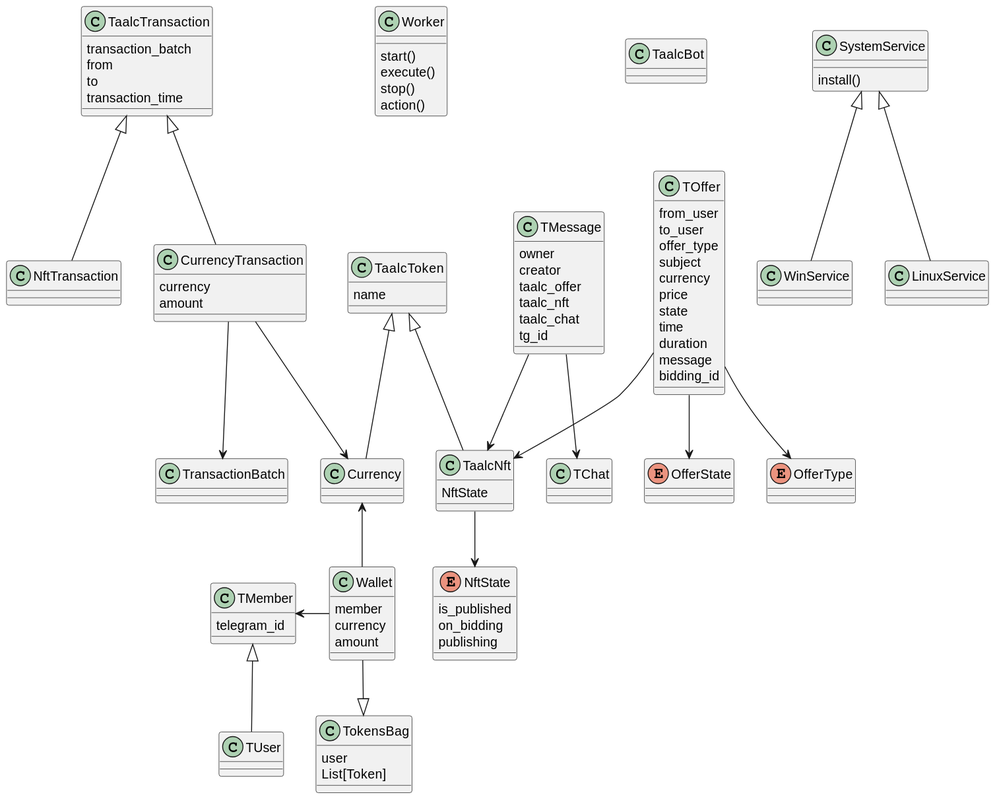
Earlier version of the PlantUML export out/uml/model/model.svg (nagvalhm/TAALC).
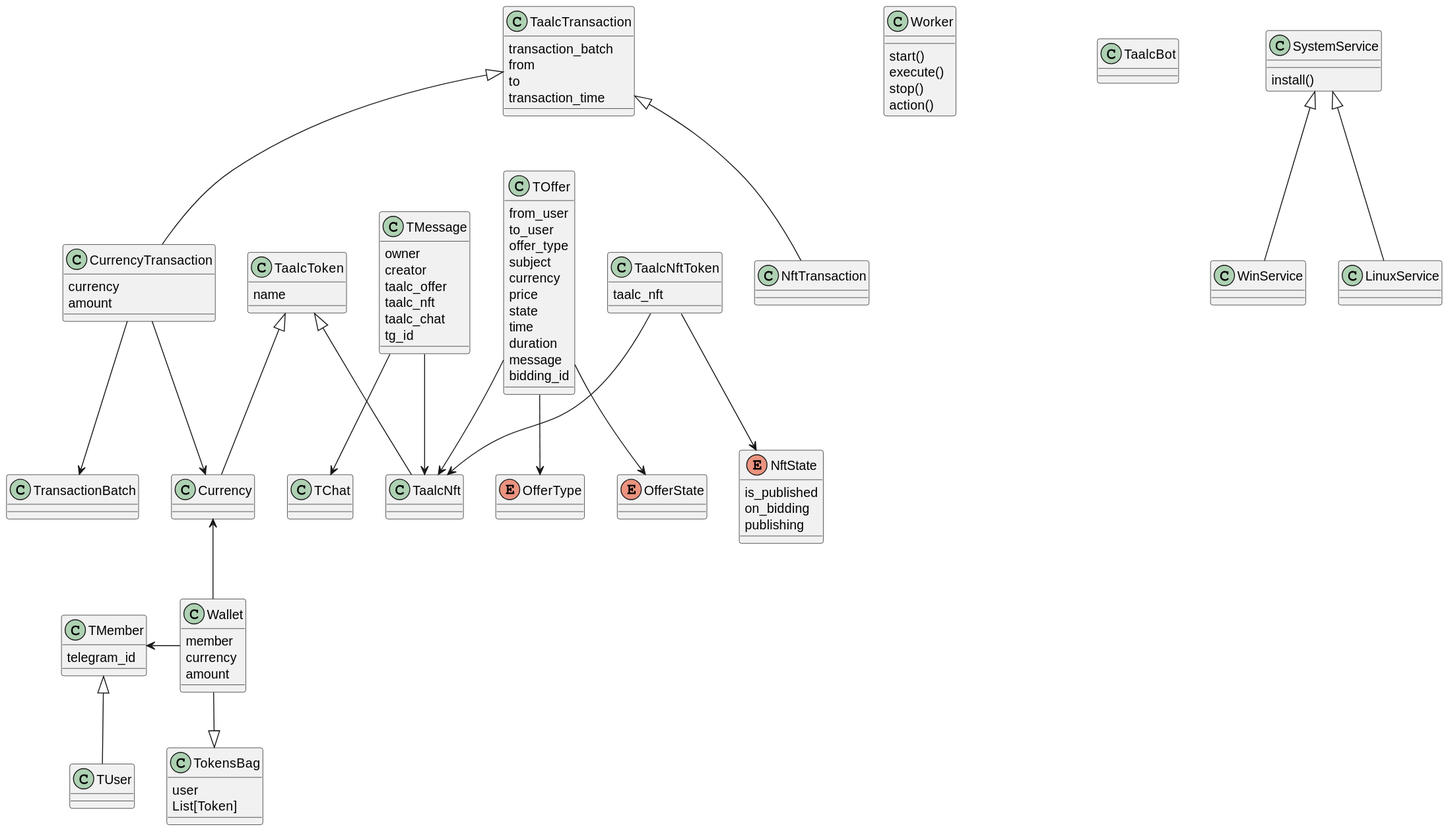
Above is the later version.

Change to the diagram source:
```diff
@@ -49,6 +49,7 @@
     name
 }
 
+
 class TMessage{
     owner
     creator
@@ -88,8 +89,13 @@
 
 class Currency{}
 class TaalcNft{
-    NftState
+
 }
+
+class TaalcNftToken{
+    taalc_nft
+}
+
 
 class SystemService{
     install()
@@ -105,7 +111,7 @@
 TaalcToken <|-- TaalcNft
 TMessage --> TChat
 TMessage --> TaalcNft
-TaalcNft --> NftState
+
 
 Wallet -up-> Currency
 Wallet -left-> TMember
@@ -119,4 +125,6 @@
 TOffer --> TaalcNft
 
 Wallet --|> TokensBag
+TaalcNftToken --> TaalcNft
+TaalcNftToken --> NftState
 @enduml
```
